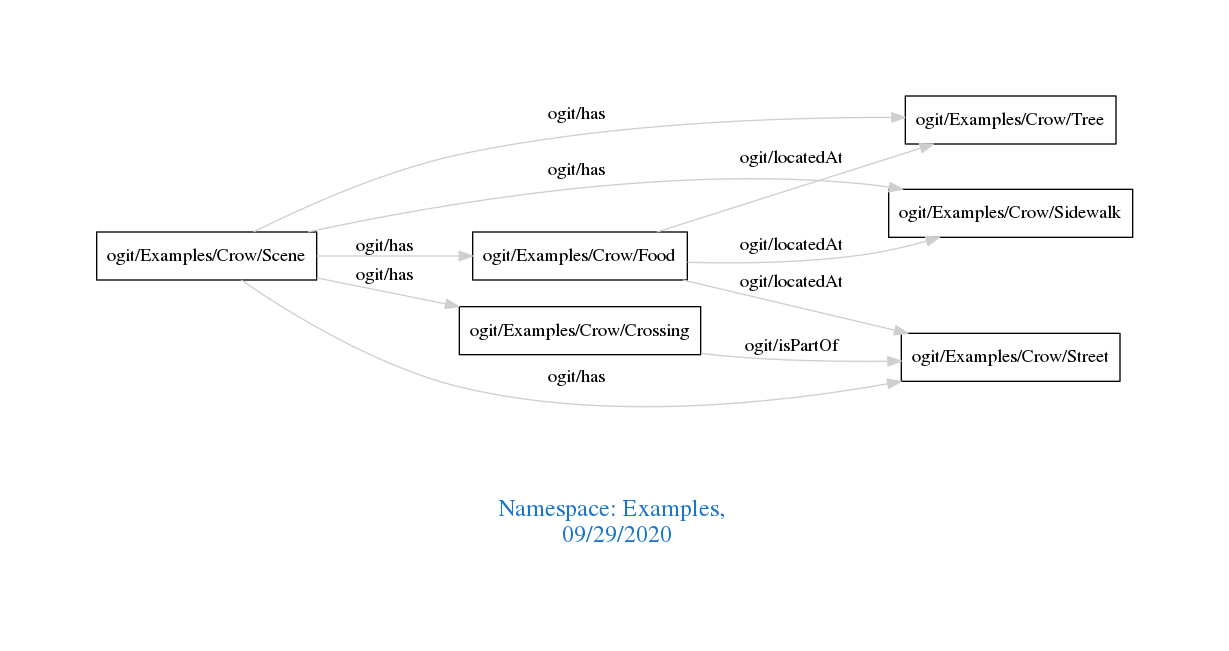
This is downloads/Examples.png from arago/OGIT, a Graphviz export, as it was before one commit. Its source is kept beside it as downloads/Examples.dot. The source it was exported from:
```dot
digraph OGIT_ontology {
 graph [ rankdir= LR,pad=1
fontsize = 18,
fontcolor= dodgerblue3,label = "\n\n\nNamespace: Examples, \n 09/29/2020"];
node[shape=polygon];
edge [  color="gray81"];

   "ogit/Examples/Crow/Food" -> "ogit/Examples/Crow/Tree" [label="   ogit/locatedAt    "];
   "ogit/Examples/Crow/Food" -> "ogit/Examples/Crow/Street" [label="   ogit/locatedAt    "];
   "ogit/Examples/Crow/Food" -> "ogit/Examples/Crow/Sidewalk" [label="   ogit/locatedAt    "];
   "ogit/Examples/Crow/Scene" -> "ogit/Examples/Crow/Food" [label="   ogit/has    "];
   "ogit/Examples/Crow/Scene" -> "ogit/Examples/Crow/Tree" [label="   ogit/has    "];
   "ogit/Examples/Crow/Scene" -> "ogit/Examples/Crow/Street" [label="   ogit/has    "];
   "ogit/Examples/Crow/Scene" -> "ogit/Examples/Crow/Crossing" [label="   ogit/has    "];
   "ogit/Examples/Crow/Scene" -> "ogit/Examples/Crow/Sidewalk" [label="   ogit/has    "];
   "ogit/Examples/Crow/Crossing" -> "ogit/Examples/Crow/Street" [label="   ogit/isPartOf    "];
}
```
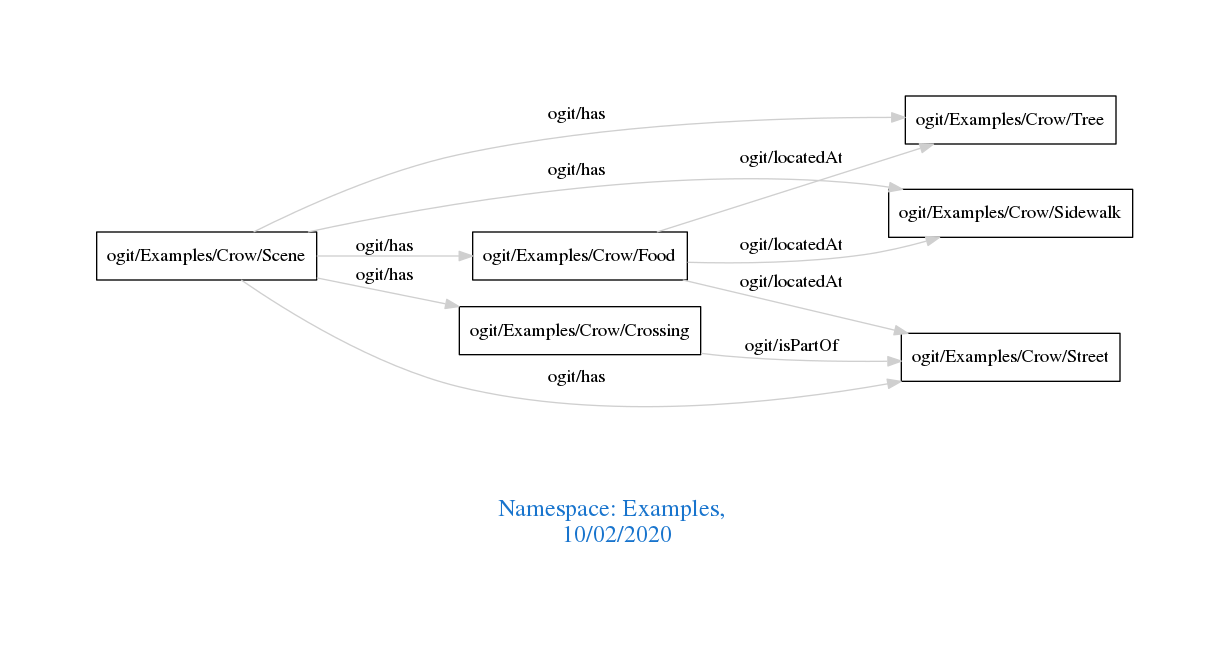
The same file after the commit.

Diff of the diagram source:
```diff
@@ -1,7 +1,7 @@
 digraph OGIT_ontology {
  graph [ rankdir= LR,pad=1
 fontsize = 18,
-fontcolor= dodgerblue3,label = "\n\n\nNamespace: Examples, \n 09/29/2020"];
+fontcolor= dodgerblue3,label = "\n\n\nNamespace: Examples, \n 10/02/2020"];
 node[shape=polygon];
 edge [  color="gray81"];
 
```
